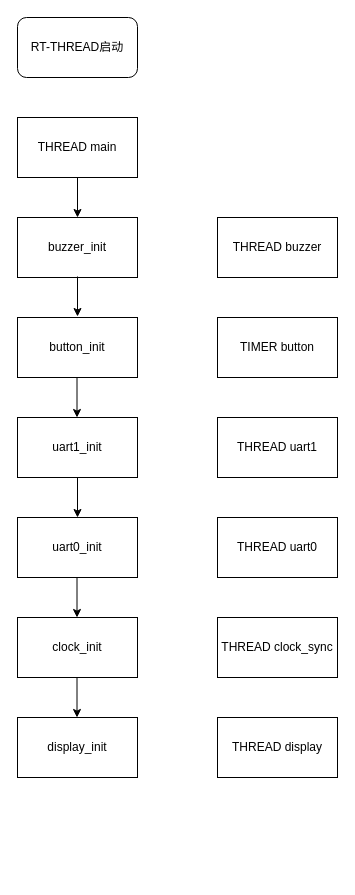
Before: drawio/flowchart_csds.drawio in nations-Xiong/image_bed, a draw.io diagram. Source tidied: cells renumbered, new cells numbered last; positions are measured from the earlier drawing's top-left corner, leaving out a move shared by most shapes. Both pictures are drawn from the tidied source at 100%, with x=0, y=0 at pixel (17, 17).
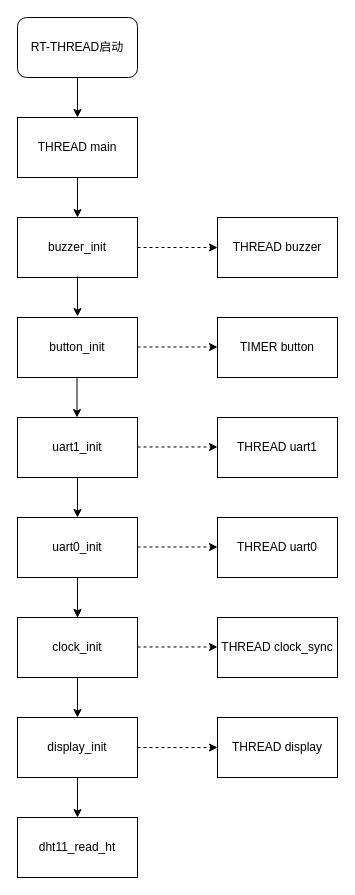
The same diagram, later.

Unchanged cells that the change refers to:
```xml
<mxCell id="2" value="RT-THREAD启动" style="rounded=1;whiteSpace=wrap;html=1;" parent="1" vertex="1">
  <mxGeometry width="120" height="60" as="geometry" />
</mxCell>
<mxCell id="3" value="THREAD main" style="rounded=0;whiteSpace=wrap;html=1;" parent="1" vertex="1">
  <mxGeometry y="100" width="120" height="60" as="geometry" />
</mxCell>
<mxCell id="7" value="uart1_init" style="rounded=0;whiteSpace=wrap;html=1;" parent="1" vertex="1">
  <mxGeometry y="400" width="120" height="60" as="geometry" />
</mxCell>
<mxCell id="10" value="uart0_init" style="rounded=0;whiteSpace=wrap;html=1;" parent="1" vertex="1">
  <mxGeometry y="500" width="120" height="60" as="geometry" />
</mxCell>
<mxCell id="12" value="clock_init" style="rounded=0;whiteSpace=wrap;html=1;" parent="1" vertex="1">
  <mxGeometry y="600" width="120" height="60" as="geometry" />
</mxCell>
<mxCell id="14" value="display_init" style="rounded=0;whiteSpace=wrap;html=1;" parent="1" vertex="1">
  <mxGeometry y="700" width="120" height="60" as="geometry" />
</mxCell>
<mxCell id="15" value="THREAD display" style="rounded=0;whiteSpace=wrap;html=1;" parent="1" vertex="1">
  <mxGeometry x="200" y="700" width="120" height="60" as="geometry" />
</mxCell>
```

What changed in the source:
```diff
@@
+    <mxCell id="22" style="edgeStyle=orthogonalEdgeStyle;rounded=0;jettySize=auto;html=1;" parent="1" edge="1" source="10" target="12">
+      <mxGeometry relative="1" as="geometry" />
+    </mxCell>
@@
-    <mxCell id="18" style="endArrow=classic;html=1;rounded=0;exitX=0.5;exitY=1;exitDx=0;exitDy=0;" parent="1" edge="1">
-      <mxGeometry relative="1" as="geometry">
-        <mxPoint x="60" y="460" as="sourcePoint" />
-        <mxPoint x="60" y="500" as="targetPoint" />
-      </mxGeometry>
-    </mxCell>
-    <mxCell id="19" style="endArrow=classic;html=1;rounded=0;exitX=0.5;exitY=1;exitDx=0;exitDy=0;" parent="1" edge="1">
-      <mxGeometry relative="1" as="geometry">
-        <mxPoint x="59.5" y="560" as="sourcePoint" />
-        <mxPoint x="59.5" y="600" as="targetPoint" />
-      </mxGeometry>
+    <mxCell id="19" style="endArrow=classic;html=1;rounded=0;" parent="1" edge="1" source="10" target="12">
+      <mxGeometry relative="1" as="geometry" />
     </mxCell>
-    <mxCell id="20" style="endArrow=classic;html=1;rounded=0;exitX=0.5;exitY=1;exitDx=0;exitDy=0;" parent="1" edge="1">
-      <mxGeometry relative="1" as="geometry">
-        <mxPoint x="59.5" y="660" as="sourcePoint" />
-        <mxPoint x="59.5" y="700" as="targetPoint" />
-      </mxGeometry>
-    </mxCell>
@@
+    <mxCell id="23" style="endArrow=classic;html=1;rounded=0;entryX=0;entryY=0.5;entryDx=0;entryDy=0;dashed=1;" parent="1" edge="1" target="15">
+      <mxGeometry relative="1" as="geometry">
+        <mxPoint x="120" y="730" as="sourcePoint" />
+      </mxGeometry>
+    </mxCell>
+    <mxCell id="24" style="endArrow=classic;html=1;rounded=0;entryX=0;entryY=0.5;entryDx=0;entryDy=0;dashed=1;" parent="1" edge="1">
+      <mxGeometry relative="1" as="geometry">
+        <mxPoint x="120" y="629.5" as="sourcePoint" />
+        <mxPoint x="200" y="629.5" as="targetPoint" />
+      </mxGeometry>
+    </mxCell>
+    <mxCell id="25" style="endArrow=classic;html=1;rounded=0;entryX=0;entryY=0.5;entryDx=0;entryDy=0;dashed=1;" parent="1" edge="1">
+      <mxGeometry relative="1" as="geometry">
+        <mxPoint x="120" y="529.5" as="sourcePoint" />
+        <mxPoint x="200" y="529.5" as="targetPoint" />
+      </mxGeometry>
+    </mxCell>
+    <mxCell id="26" style="endArrow=classic;html=1;rounded=0;entryX=0;entryY=0.5;entryDx=0;entryDy=0;dashed=1;" parent="1" edge="1">
+      <mxGeometry relative="1" as="geometry">
+        <mxPoint x="120" y="429.5" as="sourcePoint" />
+        <mxPoint x="200" y="429.5" as="targetPoint" />
+      </mxGeometry>
+    </mxCell>
+    <mxCell id="27" style="endArrow=classic;html=1;rounded=0;entryX=0;entryY=0.5;entryDx=0;entryDy=0;dashed=1;" parent="1" edge="1">
+      <mxGeometry relative="1" as="geometry">
+        <mxPoint x="120" y="329.5" as="sourcePoint" />
+        <mxPoint x="200" y="329.5" as="targetPoint" />
+      </mxGeometry>
+    </mxCell>
+    <mxCell id="28" style="endArrow=classic;html=1;rounded=0;entryX=0;entryY=0.5;entryDx=0;entryDy=0;dashed=1;" parent="1" edge="1">
+      <mxGeometry relative="1" as="geometry">
+        <mxPoint x="120" y="230" as="sourcePoint" />
+        <mxPoint x="200" y="230" as="targetPoint" />
+      </mxGeometry>
+    </mxCell>
+    <mxCell id="29" style="endArrow=classic;html=1;rounded=0;" parent="1" edge="1" source="7" target="10">
+      <mxGeometry relative="1" as="geometry" />
+    </mxCell>
+    <mxCell id="30" value="dht11_read_ht" style="rounded=0;whiteSpace=wrap;html=1;" parent="1" vertex="1">
+      <mxGeometry y="800" width="120" height="60" as="geometry" />
+    </mxCell>
+    <mxCell id="31" style="endArrow=classic;html=1;rounded=0;exitX=0.5;exitY=1;exitDx=0;exitDy=0;" parent="1" edge="1" source="12" target="14">
+      <mxGeometry relative="1" as="geometry" />
+    </mxCell>
+    <mxCell id="32" style="endArrow=classic;html=1;rounded=0;exitX=0.5;exitY=1;exitDx=0;exitDy=0;entryX=0.5;entryY=0;entryDx=0;entryDy=0;" parent="1" edge="1" source="14" target="30">
+      <mxGeometry relative="1" as="geometry" />
+    </mxCell>
+    <mxCell id="33" style="endArrow=classic;html=1;rounded=0;exitX=0.5;exitY=1;exitDx=0;exitDy=0;entryX=0.5;entryY=0;entryDx=0;entryDy=0;" parent="1" edge="1" source="2" target="3">
+      <mxGeometry relative="1" as="geometry" />
+    </mxCell>
```
